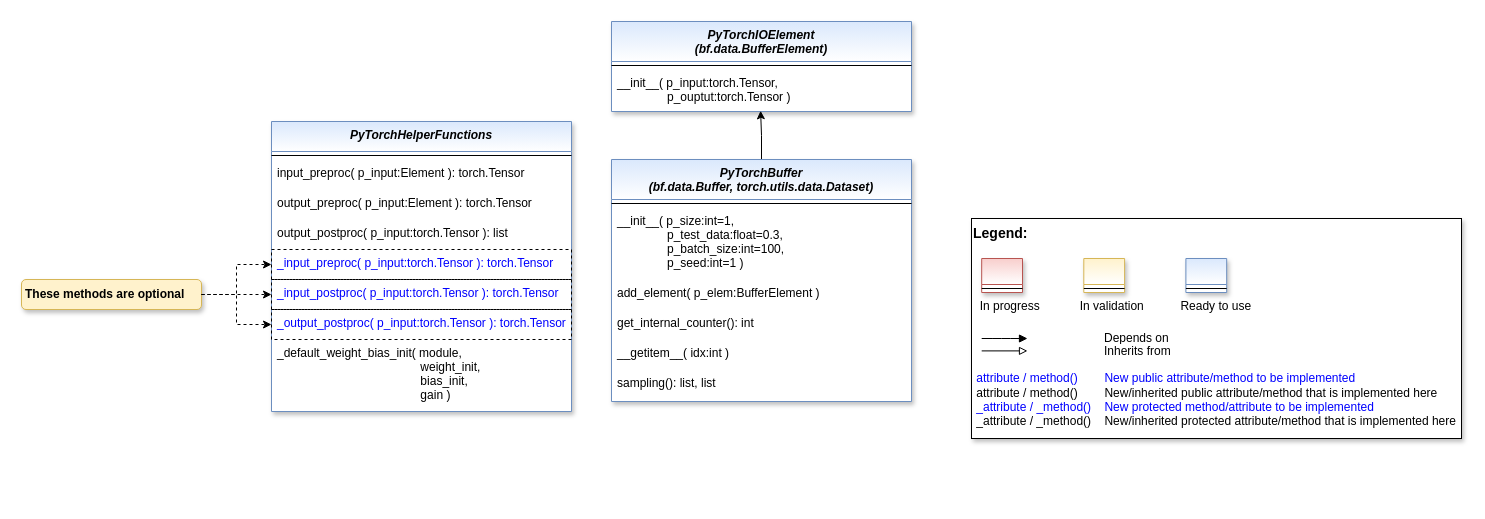
This is doc/rtd/content/04_appendices/appendix2/sub/pool/mlpro_sl/afct/images/MLPro-SL-pool-afct-pytorch_class_diagram.drawio from fhswf/MLPro, a draw.io file, before an edit. Source tidied: cells renumbered, new cells numbered last; positions are measured from the earlier drawing's top-left corner, leaving out a move shared by most shapes. Both pictures are drawn from the tidied source at 100%, with x=0, y=0 at pixel (21, 21).
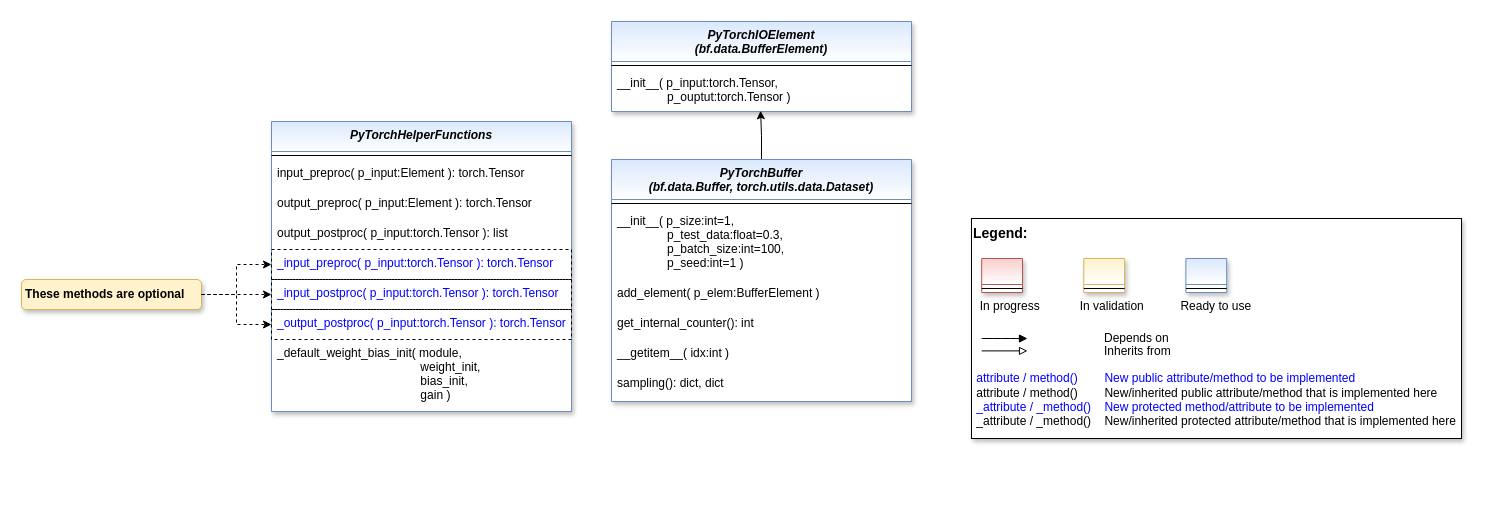
Above is the later version.

Commit message (it also covers changes not shown here):
Refactoring PyTorchBuffer and update class diagram

The change refers to these unchanged cells:
```xml
<mxCell id="16" value="PyTorchBuffer&#10;(bf.data.Buffer, torch.utils.data.Dataset)" style="swimlane;fontStyle=3;align=center;verticalAlign=top;horizontal=1;startSize=40;rounded=0;shadow=1;strokeWidth=1;fillColor=#dae8fc;strokeColor=#6c8ebf;swimlaneFillColor=#ffffff;gradientColor=#FFFFFF;" parent="1" vertex="1">
  <mxGeometry x="590" y="138" width="300" height="242" as="geometry" />
</mxCell>
```

Change to the diagram source:
```diff
@@
-    <mxCell id="22" value="sampling(): list, list" style="text;align=left;verticalAlign=top;spacingLeft=4;spacingRight=4;overflow=hidden;fontColor=#000000;" parent="16" vertex="1">
+    <mxCell id="22" value="sampling(): dict, dict" style="text;align=left;verticalAlign=top;spacingLeft=4;spacingRight=4;overflow=hidden;fontColor=#000000;" parent="16" vertex="1">
       <mxGeometry y="210" width="300" height="30" as="geometry" />
     </mxCell>
```
